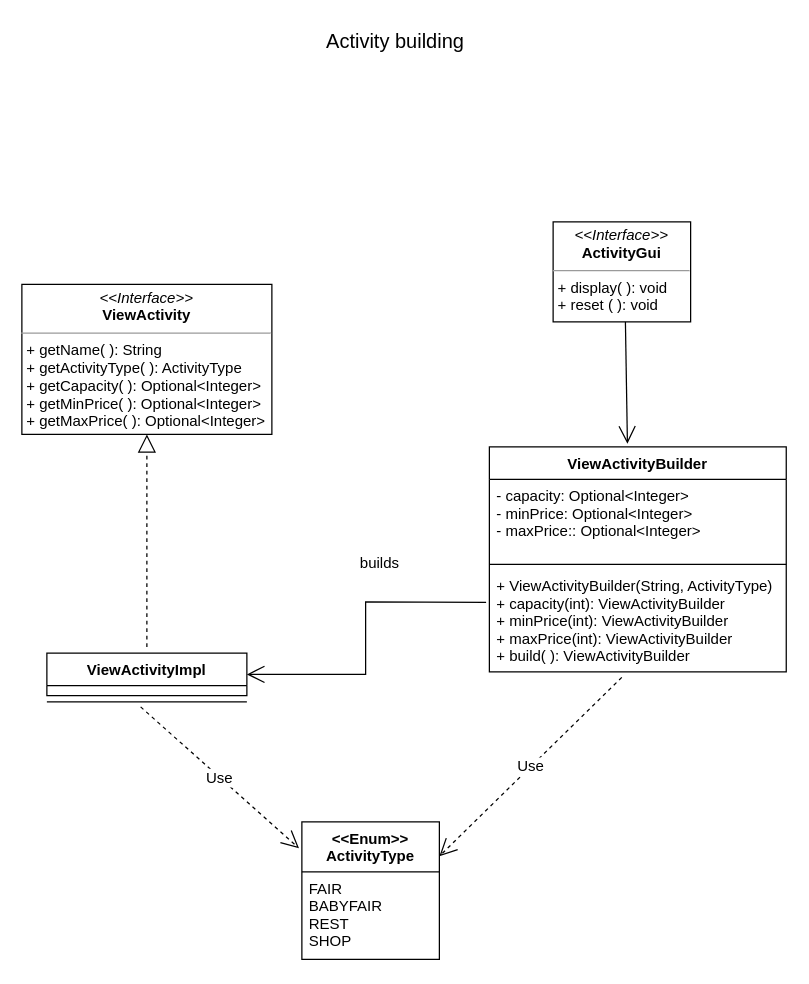
Before: page "Page-4" (4 of 7) of Untitled Diagram.drawio in metaphori/students-oop20-liveLand, a draw.io diagram. Source tidied: cells renumbered, new cells numbered last; positions are measured from the earlier drawing's top-left corner, leaving out a move shared by most shapes. Both pictures are drawn from the tidied source at 125%, with x=0, y=0 at pixel (21, 21).
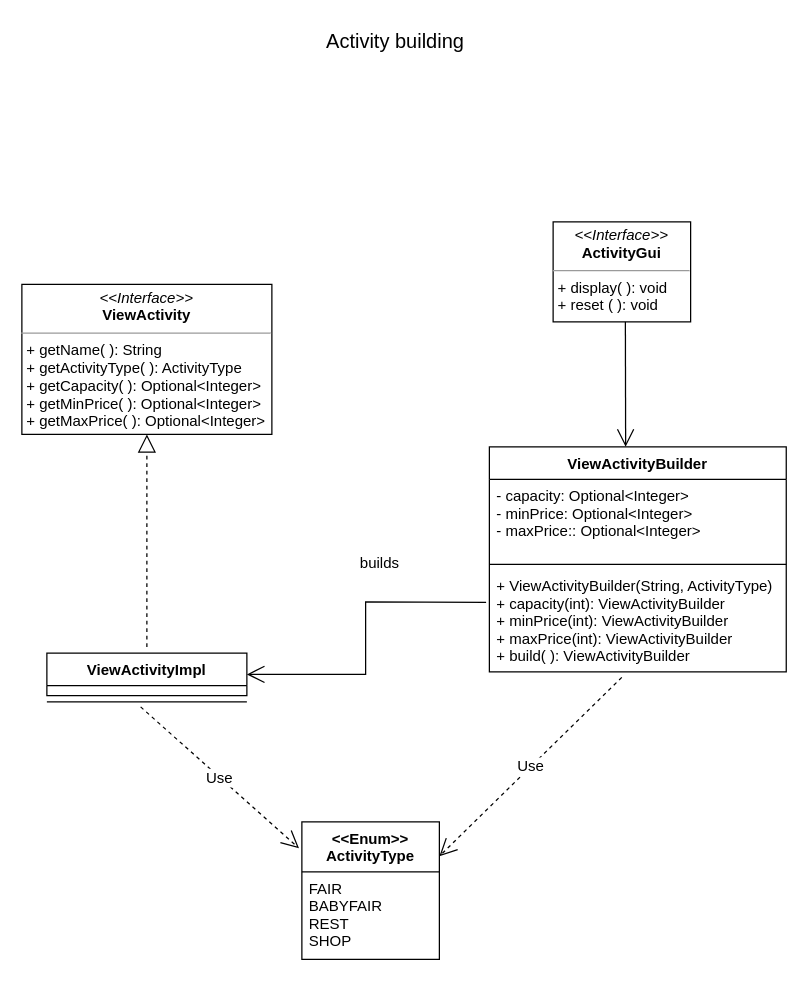
After the change.

Unchanged cells that the change refers to:
```xml
<mxCell id="3" value="ViewActivityBuilder" style="swimlane;fontStyle=1;align=center;verticalAlign=top;horizontal=1;startSize=26;fontSize=12;" parent="1" vertex="1">
  <mxGeometry x="374" y="340" width="237.5" height="180" as="geometry" />
</mxCell>
```

The edit, as a diff of the source:
```diff
@@
-    <mxCell id="14" style="endArrow=open;endFill=1;endSize=12;html=1;rounded=0;fontSize=12;exitX=0.425;exitY=1;exitDx=0;exitDy=0;exitPerimeter=0;entryX=0.465;entryY=-0.014;entryDx=0;entryDy=0;entryPerimeter=0;" parent="1" edge="1" target="3">
+    <mxCell id="14" style="endArrow=open;endFill=1;endSize=12;html=1;rounded=0;fontSize=12;exitX=0.425;exitY=1;exitDx=0;exitDy=0;exitPerimeter=0;" parent="1" edge="1">
       <mxGeometry relative="1" as="geometry">
         <mxPoint x="482.8" y="238" as="sourcePoint" />
+        <mxPoint x="483" y="340" as="targetPoint" />
       </mxGeometry>
     </mxCell>
```
